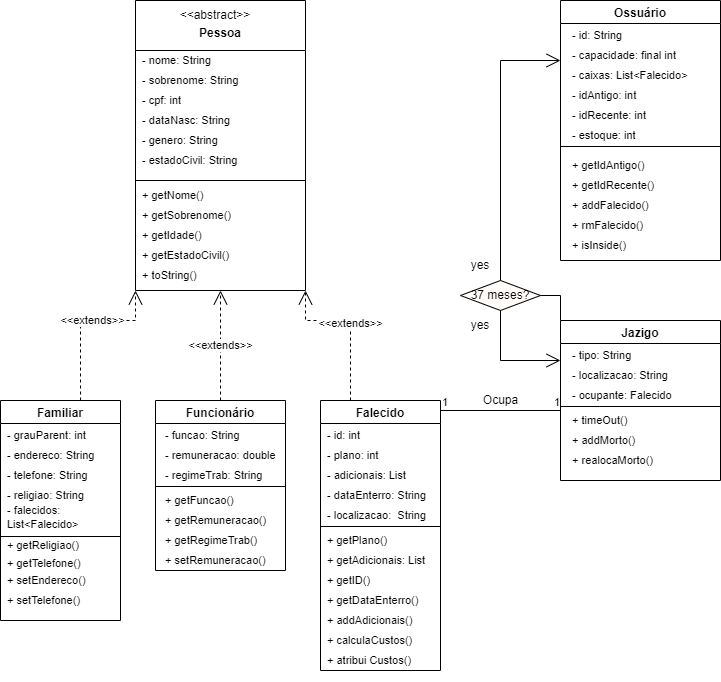
Above: Diagrama_cemiterio.png in cemiterioPOO/Cemiterio (draw.io), before the change. Source tidied: cells renumbered, new cells last; positions are measured from the earlier drawing's top-left corner, leaving out a move shared by most shapes.
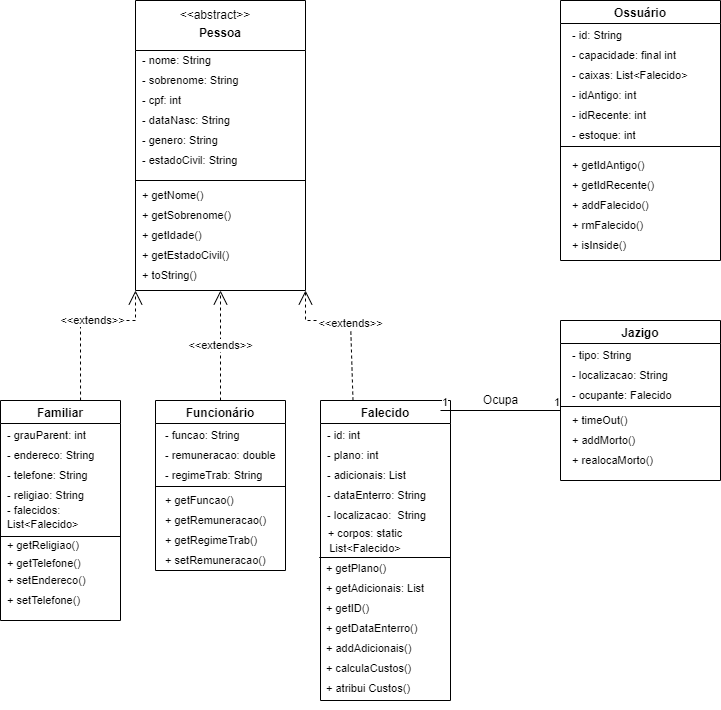
After the change.

Change to the diagram source:
```diff
@@ -132,7 +132,7 @@
       <mxGeometry x="7.5" y="140" width="112.5" height="40" as="geometry" />
     </mxCell>
     <mxCell id="44" value="Falecido" style="swimlane;" parent="1" vertex="1">
-      <mxGeometry x="320" y="400" width="120" height="270" as="geometry" />
+      <mxGeometry x="320" y="400" width="130" height="300" as="geometry" />
     </mxCell>
     <mxCell id="45" value="- plano: int" style="text;html=1;strokeColor=none;fillColor=none;align=left;verticalAlign=middle;whiteSpace=wrap;rounded=0;fontSize=11;" parent="44" vertex="1">
       <mxGeometry x="5" y="40" width="110" height="30" as="geometry" />
@@ -149,29 +149,32 @@
     <mxCell id="49" value="- localizacao:&amp;nbsp; String" style="text;html=1;align=left;verticalAlign=middle;strokeColor=none;fillColor=none;fontSize=11;" parent="44" vertex="1">
       <mxGeometry x="5" y="100" width="120" height="30" as="geometry" />
     </mxCell>
+    <mxCell id="84" value="&lt;span style=&quot;text-align: left;&quot;&gt;&lt;font style=&quot;font-size: 11px;&quot;&gt;+ corpos: static List&amp;lt;Falecido&amp;gt;&lt;/font&gt;&lt;/span&gt;" style="text;html=1;strokeColor=none;fillColor=none;align=center;verticalAlign=middle;whiteSpace=wrap;rounded=0;" parent="44" vertex="1">
+      <mxGeometry y="126" width="90" height="27" as="geometry" />
+    </mxCell>
     <mxCell id="50" style="line;strokeWidth=1;fillColor=none;align=left;verticalAlign=middle;spacingTop=-1;spacingLeft=3;spacingRight=3;labelPosition=right;fontSize=11;" parent="44" vertex="1">
-      <mxGeometry y="122" width="120" height="8" as="geometry" />
+      <mxGeometry x="-1.2" y="153" width="131.2" height="8" as="geometry" />
     </mxCell>
     <mxCell id="51" value="+ getAdicionais: List" style="text;html=1;strokeColor=none;fillColor=none;align=left;verticalAlign=middle;whiteSpace=wrap;rounded=0;fontSize=11;" parent="44" vertex="1">
-      <mxGeometry x="5" y="140" width="110" height="40" as="geometry" />
+      <mxGeometry x="3.8" y="168" width="110" height="40" as="geometry" />
     </mxCell>
     <mxCell id="52" value="+ getPlano()" style="text;html=1;strokeColor=none;fillColor=none;align=left;verticalAlign=middle;whiteSpace=wrap;rounded=0;fontSize=11;" parent="44" vertex="1">
-      <mxGeometry x="5" y="125" width="110" height="30" as="geometry" />
+      <mxGeometry x="3.8" y="153" width="110" height="30" as="geometry" />
     </mxCell>
     <mxCell id="53" value="+ getID()" style="text;html=1;strokeColor=none;fillColor=none;align=left;verticalAlign=middle;whiteSpace=wrap;rounded=0;fontSize=11;" parent="44" vertex="1">
-      <mxGeometry x="5" y="160" width="105" height="40" as="geometry" />
+      <mxGeometry x="3.8" y="188" width="105" height="40" as="geometry" />
     </mxCell>
     <mxCell id="54" value="+ getDataEnterro()" style="text;html=1;strokeColor=none;fillColor=none;align=left;verticalAlign=middle;whiteSpace=wrap;rounded=0;fontSize=11;" parent="44" vertex="1">
-      <mxGeometry x="5" y="180" width="105" height="40" as="geometry" />
+      <mxGeometry x="3.8" y="208" width="105" height="40" as="geometry" />
     </mxCell>
     <mxCell id="55" value="+ addAdicionais()" style="text;html=1;strokeColor=none;fillColor=none;align=left;verticalAlign=middle;whiteSpace=wrap;rounded=0;fontSize=11;" parent="44" vertex="1">
-      <mxGeometry x="5" y="200" width="112.5" height="40" as="geometry" />
+      <mxGeometry x="3.8" y="228" width="112.5" height="40" as="geometry" />
     </mxCell>
     <mxCell id="56" value="+ calculaCustos()" style="text;html=1;strokeColor=none;fillColor=none;align=left;verticalAlign=middle;whiteSpace=wrap;rounded=0;fontSize=11;" parent="44" vertex="1">
-      <mxGeometry x="5" y="220" width="112.5" height="40" as="geometry" />
+      <mxGeometry x="3.8" y="248" width="112.5" height="40" as="geometry" />
     </mxCell>
     <mxCell id="57" value="+ atribui Custos()" style="text;html=1;strokeColor=none;fillColor=none;align=left;verticalAlign=middle;whiteSpace=wrap;rounded=0;fontSize=11;" parent="44" vertex="1">
-      <mxGeometry x="5" y="240" width="112.5" height="40" as="geometry" />
+      <mxGeometry x="3.8" y="268" width="112.5" height="40" as="geometry" />
     </mxCell>
     <mxCell id="58" value="Ossuário" style="swimlane;startSize=23;" parent="1" vertex="1">
       <mxGeometry x="560" width="160" height="260" as="geometry" />
@@ -247,32 +250,5 @@
     <mxCell id="77" value="Ocupa" style="text;html=1;align=center;verticalAlign=middle;strokeColor=none;fillColor=none;" parent="1" vertex="1">
       <mxGeometry x="470" y="385" width="60" height="30" as="geometry" />
     </mxCell>
-    <mxCell id="78" value="37 meses?" style="shape=rhombus;perimeter=rhombusPerimeter;whiteSpace=wrap;html=1;align=center;shadow=0;fillColor=#FFFCFA;" parent="1" vertex="1">
-      <mxGeometry x="460" y="280" width="80" height="30" as="geometry" />
-    </mxCell>
-    <mxCell id="79" style="endArrow=open;endFill=1;endSize=12;html=1;rounded=0;fillColor=#000000;exitX=0.5;exitY=0;exitDx=0;exitDy=0;" parent="1" edge="1" source="78">
-      <mxGeometry relative="1" as="geometry">
-        <mxPoint x="560" y="60" as="targetPoint" />
-        <Array as="points">
-          <mxPoint x="500" y="60" />
-        </Array>
-      </mxGeometry>
-    </mxCell>
-    <mxCell id="80" style="endArrow=none;html=1;edgeStyle=orthogonalEdgeStyle;rounded=0;fillColor=#000000;entryX=0;entryY=0;entryDx=0;entryDy=0;exitX=1;exitY=0.5;exitDx=0;exitDy=0;" parent="1" edge="1" source="78" target="16">
-      <mxGeometry relative="1" as="geometry" />
-    </mxCell>
-    <mxCell id="81" value="yes" style="text;html=1;strokeColor=none;fillColor=none;align=center;verticalAlign=middle;whiteSpace=wrap;rounded=0;shadow=0;" parent="1" vertex="1">
-      <mxGeometry x="450" y="250" width="60" height="30" as="geometry" />
-    </mxCell>
-    <mxCell id="82" style="endArrow=open;endFill=1;endSize=12;html=1;rounded=0;fillColor=#000000;exitX=0.5;exitY=1;exitDx=0;exitDy=0;entryX=0;entryY=0.25;entryDx=0;entryDy=0;" parent="1" edge="1" source="78" target="16">
-      <mxGeometry relative="1" as="geometry">
-        <Array as="points">
-          <mxPoint x="500" y="360" />
-        </Array>
-      </mxGeometry>
-    </mxCell>
-    <mxCell id="83" value="yes" style="text;html=1;strokeColor=none;fillColor=none;align=center;verticalAlign=middle;whiteSpace=wrap;rounded=0;shadow=0;" parent="1" vertex="1">
-      <mxGeometry x="450" y="310" width="60" height="30" as="geometry" />
-    </mxCell>
   </root>
 </mxGraphModel>
```
